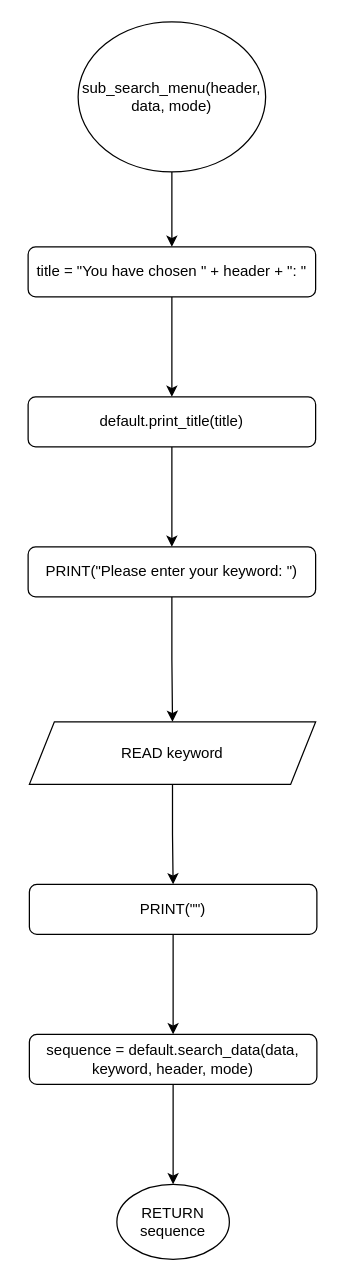
Before: Flowchart/clients/sub_search_menu.drawio in RabbitBear00/Car-Rental-System, a draw.io diagram. Source tidied: cells renumbered, new cells numbered last; positions are measured from the earlier drawing's top-left corner, leaving out a move shared by most shapes. Both pictures are drawn from the tidied source at 125%, with x=0, y=0 at pixel (28, 21).
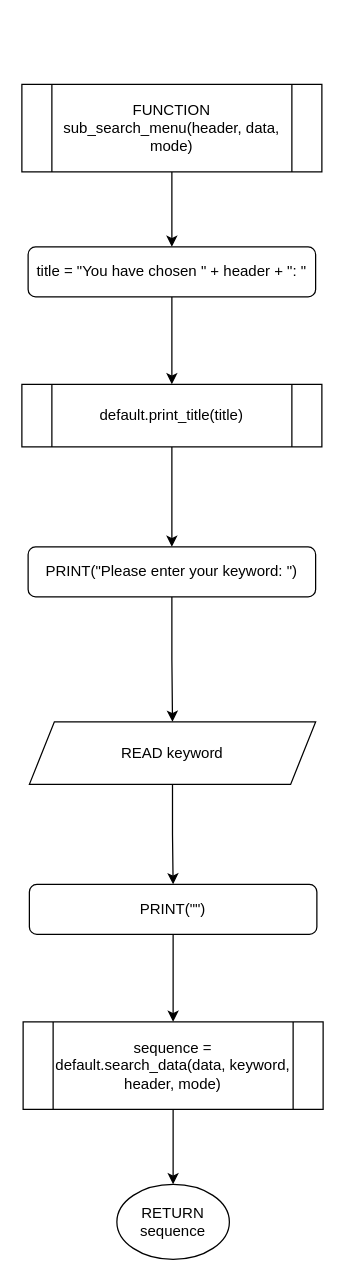
The same page after the edit.

Diff of the diagram source:
```diff
@@
 <mxGraphModel>
   <root>
     <mxCell id="0" />
     <mxCell id="1" parent="0" />
-    <mxCell id="2" style="edgeStyle=orthogonalEdgeStyle;rounded=0;jettySize=auto;html=1;" parent="1" edge="1" source="3" target="5">
-      <mxGeometry relative="1" as="geometry" />
-    </mxCell>
-    <mxCell id="3" value="sub_search_menu(header, data, mode)" style="ellipse;whiteSpace=wrap;html=1;" parent="1" vertex="1">
-      <mxGeometry x="40" width="150" height="120" as="geometry" />
-    </mxCell>
-    <mxCell id="4" style="edgeStyle=orthogonalEdgeStyle;rounded=0;jettySize=auto;html=1;" parent="1" edge="1" source="5" target="7">
+    <mxCell id="4" style="edgeStyle=orthogonalEdgeStyle;rounded=0;jettySize=auto;html=1;endArrow=classic;endFill=1;" parent="1" edge="1" source="5" target="7">
       <mxGeometry relative="1" as="geometry" />
     </mxCell>
     <mxCell id="5" value="title = &quot;You have chosen &quot; + header + &quot;: &quot;" style="rounded=1;whiteSpace=wrap;html=1;" parent="1" vertex="1">
       <mxGeometry y="180" width="230" height="40" as="geometry" />
     </mxCell>
-    <mxCell id="6" style="edgeStyle=orthogonalEdgeStyle;rounded=0;jettySize=auto;html=1;" parent="1" edge="1" source="7" target="9">
-      <mxGeometry relative="1" as="geometry" />
-    </mxCell>
-    <mxCell id="7" value="default.print_title(title)" style="rounded=1;whiteSpace=wrap;html=1;" parent="1" vertex="1">
-      <mxGeometry y="300" width="230" height="40" as="geometry" />
-    </mxCell>
     <mxCell id="8" style="edgeStyle=orthogonalEdgeStyle;rounded=0;jettySize=auto;html=1;" parent="1" edge="1" source="9" target="11">
       <mxGeometry relative="1" as="geometry" />
     </mxCell>
     <mxCell id="9" value="PRINT(&quot;Please enter your keyword: &quot;)" style="rounded=1;whiteSpace=wrap;html=1;" parent="1" vertex="1">
       <mxGeometry y="420" width="230" height="40" as="geometry" />
     </mxCell>
     <mxCell id="10" style="edgeStyle=orthogonalEdgeStyle;rounded=0;jettySize=auto;html=1;" parent="1" edge="1" source="11" target="13">
       <mxGeometry relative="1" as="geometry" />
     </mxCell>
     <mxCell id="11" value="READ keyword" style="shape=parallelogram;perimeter=parallelogramPerimeter;whiteSpace=wrap;html=1;fixedSize=1;" parent="1" vertex="1">
       <mxGeometry x="1" y="560" width="229" height="50" as="geometry" />
     </mxCell>
-    <mxCell id="12" style="edgeStyle=orthogonalEdgeStyle;rounded=0;jettySize=auto;html=1;" parent="1" edge="1" source="13" target="15">
+    <mxCell id="12" style="edgeStyle=orthogonalEdgeStyle;rounded=0;jettySize=auto;html=1;endArrow=classic;endFill=1;" parent="1" edge="1" source="13" target="15">
       <mxGeometry relative="1" as="geometry" />
     </mxCell>
     <mxCell id="13" value="PRINT(&quot;&quot;)" style="rounded=1;whiteSpace=wrap;html=1;" parent="1" vertex="1">
       <mxGeometry x="1" y="690" width="230" height="40" as="geometry" />
     </mxCell>
+    <mxCell id="16" value="RETURN sequence" style="ellipse;whiteSpace=wrap;html=1;" parent="1" vertex="1">
+      <mxGeometry x="71" y="930" width="90" height="60" as="geometry" />
+    </mxCell>
+    <mxCell id="17" style="edgeStyle=orthogonalEdgeStyle;rounded=0;jettySize=auto;html=1;endArrow=classic;endFill=1;" parent="1" edge="1" source="18" target="5">
+      <mxGeometry relative="1" as="geometry" />
+    </mxCell>
+    <mxCell id="18" value="FUNCTION sub_search_menu(header, data, mode)" style="shape=process;whiteSpace=wrap;html=1;backgroundOutline=1;" parent="1" vertex="1">
+      <mxGeometry x="-5" y="50" width="240" height="70" as="geometry" />
+    </mxCell>
+    <mxCell id="6" style="edgeStyle=orthogonalEdgeStyle;rounded=0;jettySize=auto;html=1;endArrow=classic;endFill=1;" parent="1" edge="1" source="7" target="9">
+      <mxGeometry relative="1" as="geometry" />
+    </mxCell>
+    <mxCell id="7" value="default.print_title(title)" style="shape=process;whiteSpace=wrap;html=1;backgroundOutline=1;" parent="1" vertex="1">
+      <mxGeometry x="-5" y="290" width="240" height="50" as="geometry" />
+    </mxCell>
-    <mxCell id="14" style="edgeStyle=orthogonalEdgeStyle;rounded=0;jettySize=auto;html=1;" parent="1" edge="1" source="15" target="16">
+    <mxCell id="14" style="edgeStyle=orthogonalEdgeStyle;rounded=0;jettySize=auto;html=1;endArrow=classic;endFill=1;" parent="1" edge="1" source="15" target="16">
       <mxGeometry relative="1" as="geometry" />
     </mxCell>
-    <mxCell id="15" value="sequence = default.search_data(data, keyword, header, mode)" style="rounded=1;whiteSpace=wrap;html=1;" parent="1" vertex="1">
-      <mxGeometry x="1" y="810" width="230" height="40" as="geometry" />
+    <mxCell id="15" value="sequence = default.search_data(data, keyword, header, mode)" style="shape=process;whiteSpace=wrap;html=1;backgroundOutline=1;" parent="1" vertex="1">
+      <mxGeometry x="-4" y="800" width="240" height="70" as="geometry" />
     </mxCell>
-    <mxCell id="16" value="RETURN sequence" style="ellipse;whiteSpace=wrap;html=1;" parent="1" vertex="1">
-      <mxGeometry x="71" y="930" width="90" height="60" as="geometry" />
-    </mxCell>
   </root>
 </mxGraphModel>
```
